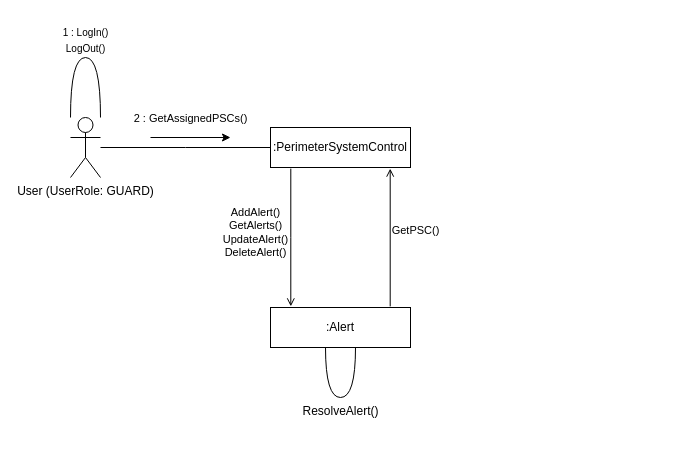
IsmailSalehCode/UML-course-work keeps this draw.io diagram as Communication/c1.drawio. Above is the earlier version. Source tidied: cells renumbered, new cells numbered last; positions are measured from the earlier drawing's top-left corner, leaving out a move shared by most shapes. Both pictures are drawn from the tidied source at 100%, with x=0, y=0 at pixel (50, 17).
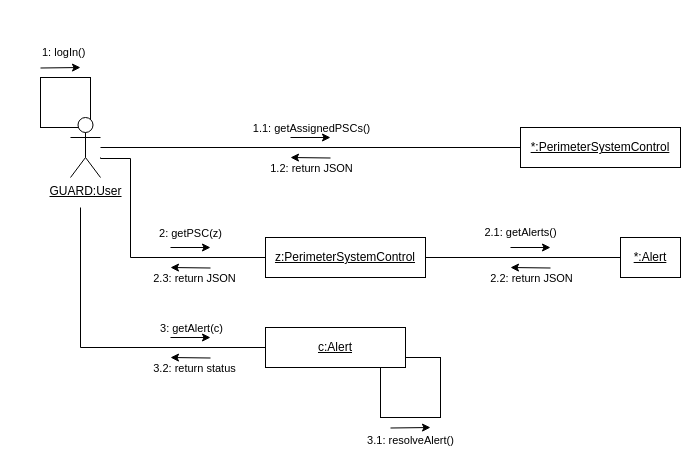
The same diagram, later.

Diff of the diagram source:
```diff
@@
+    <mxCell id="17" style="whiteSpace=wrap;html=1;fillColor=none;" parent="1" vertex="1">
+      <mxGeometry x="-10" y="60" width="50" height="50" as="geometry" />
+    </mxCell>
+    <mxCell id="18" style="whiteSpace=wrap;html=1;fillColor=none;" parent="1" vertex="1">
+      <mxGeometry x="330" y="340" width="60" height="60" as="geometry" />
+    </mxCell>
-    <mxCell id="2" style="edgeStyle=orthogonalEdgeStyle;rounded=0;jettySize=auto;html=1;entryX=0;entryY=0.5;entryDx=0;entryDy=0;endArrow=none;endFill=0;" parent="1" edge="1" source="4">
-      <mxGeometry relative="1" as="geometry">
-        <mxPoint x="220" y="130" as="targetPoint" />
-      </mxGeometry>
+    <mxCell id="2" style="edgeStyle=orthogonalEdgeStyle;rounded=0;jettySize=auto;html=1;entryX=0;entryY=0.5;entryDx=0;entryDy=0;endArrow=none;endFill=0;" parent="1" edge="1" source="4" target="23">
+      <mxGeometry relative="1" as="geometry" />
     </mxCell>
-    <mxCell id="3" value="2 : GetAssignedPSCs()" style="edgeLabel;html=1;align=center;verticalAlign=middle;" parent="2" vertex="1">
+    <mxCell id="3" value="1.1: getAssignedPSCs()" style="edgeLabel;html=1;align=center;verticalAlign=middle;" parent="2" vertex="1">
       <mxGeometry x="0.06" relative="1" as="geometry">
-        <mxPoint y="-30" as="offset" />
+        <mxPoint x="-13" y="-20" as="offset" />
       </mxGeometry>
     </mxCell>
-    <mxCell id="4" value="User (UserRole: GUARD)" style="shape=umlActor;verticalLabelPosition=bottom;verticalAlign=top;html=1;outlineConnect=0;" parent="1" vertex="1">
+    <mxCell id="4" value="&lt;u&gt;GUARD:User&lt;/u&gt;" style="shape=umlActor;verticalLabelPosition=bottom;verticalAlign=top;html=1;outlineConnect=0;" parent="1" vertex="1">
       <mxGeometry x="20" y="100" width="30" height="60" as="geometry" />
     </mxCell>
-    <mxCell id="5" style="endArrow=none;html=1;rounded=0;edgeStyle=orthogonalEdgeStyle;curved=1;" parent="1" edge="1">
-      <mxGeometry relative="1" as="geometry">
-        <mxPoint x="50" y="100" as="sourcePoint" />
-        <mxPoint x="20" y="100" as="targetPoint" />
-        <Array as="points">
-          <mxPoint x="50" y="40" />
-          <mxPoint x="20" y="40" />
-        </Array>
-      </mxGeometry>
-    </mxCell>
-    <mxCell id="6" value="1 : LogIn()" style="text;html=1;align=center;verticalAlign=middle;strokeColor=none;fillColor=none;fontSize=10;" parent="1" vertex="1">
-      <mxGeometry width="70" height="30" as="geometry" />
+    <mxCell id="6" value="1: logIn()" style="text;html=1;align=left;verticalAlign=middle;strokeColor=none;fillColor=none;fontSize=11;" parent="1" vertex="1">
+      <mxGeometry x="-10" y="20" width="70" height="30" as="geometry" />
     </mxCell>
-    <mxCell id="7" value="LogOut()" style="text;html=1;align=center;verticalAlign=bottom;strokeColor=none;fillColor=none;fontSize=10;" parent="1" vertex="1">
-      <mxGeometry x="5" y="10" width="60" height="30" as="geometry" />
-    </mxCell>
-    <mxCell id="8" style="edgeStyle=orthogonalEdgeStyle;rounded=0;orthogonalLoop=1;jettySize=auto;html=1;entryX=0;entryY=0;entryDx=0;entryDy=0;endArrow=open;endFill=0;exitX=0;exitY=1;exitDx=0;exitDy=0;" parent="1" edge="1">
-      <mxGeometry relative="1" as="geometry">
-        <mxPoint x="240.3" y="151.1" as="sourcePoint" />
-        <mxPoint x="240.3" y="288.9" as="targetPoint" />
-        <Array as="points">
-          <mxPoint x="241" y="220" />
-          <mxPoint x="241" y="220" />
-        </Array>
-      </mxGeometry>
-    </mxCell>
-    <mxCell id="9" style="edgeStyle=orthogonalEdgeStyle;rounded=0;orthogonalLoop=1;jettySize=auto;html=1;exitX=1;exitY=0;exitDx=0;exitDy=0;entryX=1;entryY=1;entryDx=0;entryDy=0;endArrow=open;endFill=0;" parent="1" edge="1">
-      <mxGeometry relative="1" as="geometry">
-        <mxPoint x="339.7" y="288.9" as="sourcePoint" />
-        <mxPoint x="339.7" y="151.1" as="targetPoint" />
-      </mxGeometry>
-    </mxCell>
-    <mxCell id="10" value="AddAlert()&lt;div&gt;GetAlerts()&lt;/div&gt;&lt;div&gt;UpdateAlert()&lt;/div&gt;&lt;div&gt;DeleteAlert()&lt;/div&gt;" style="text;html=1;align=center;verticalAlign=middle;strokeColor=none;fillColor=none;fontSize=11;" parent="1" vertex="1">
-      <mxGeometry x="160" y="180" width="90" height="70" as="geometry" />
-    </mxCell>
-    <mxCell id="11" value="ResolveAlert()" style="text;html=1;align=center;verticalAlign=top;strokeColor=none;fillColor=none;" parent="1" vertex="1">
-      <mxGeometry x="240" y="380" width="100" height="30" as="geometry" />
+    <mxCell id="11" value="3.1: resolveAlert()" style="text;html=1;align=center;verticalAlign=top;strokeColor=none;fillColor=none;fontSize=11;" parent="1" vertex="1">
+      <mxGeometry x="305" y="410" width="110" height="30" as="geometry" />
     </mxCell>
-    <mxCell id="12" value="GetPSC()" style="text;html=1;align=center;verticalAlign=top;strokeColor=none;fillColor=none;fontSize=11;" parent="1" vertex="1">
-      <mxGeometry x="330" y="200" width="70" height="30" as="geometry" />
-    </mxCell>
-    <mxCell id="13" style="endArrow=none;html=1;rounded=0;edgeStyle=orthogonalEdgeStyle;curved=1;" parent="1" edge="1">
-      <mxGeometry relative="1" as="geometry">
-        <mxPoint x="305" y="330" as="sourcePoint" />
-        <mxPoint x="275" y="330" as="targetPoint" />
-        <Array as="points">
-          <mxPoint x="305" y="380" />
-          <mxPoint x="275" y="380" />
-        </Array>
-      </mxGeometry>
-    </mxCell>
     <mxCell id="14" style="endArrow=classic;html=1;rounded=0;" parent="1" edge="1">
       <mxGeometry relative="1" as="geometry">
-        <mxPoint x="100" y="120" as="sourcePoint" />
-        <mxPoint x="180" y="120" as="targetPoint" />
+        <mxPoint x="240" y="120" as="sourcePoint" />
+        <mxPoint x="280" y="120" as="targetPoint" />
       </mxGeometry>
     </mxCell>
-    <mxCell id="15" value=":PerimeterSystemControl" style="whiteSpace=wrap;html=1;" parent="1" vertex="1">
-      <mxGeometry x="220" y="110" width="140" height="40" as="geometry" />
+    <mxCell id="15" value="&lt;u style=&quot;background-color: initial;&quot;&gt;z:PerimeterSystemControl&lt;/u&gt;" style="whiteSpace=wrap;html=1;align=center;" parent="1" vertex="1">
+      <mxGeometry x="215" y="220" width="160" height="40" as="geometry" />
     </mxCell>
-    <mxCell id="16" value=":Alert" style="whiteSpace=wrap;html=1;" parent="1" vertex="1">
-      <mxGeometry x="220" y="290" width="140" height="40" as="geometry" />
+    <mxCell id="16" value="&lt;u&gt;c:Alert&lt;/u&gt;" style="whiteSpace=wrap;html=1;" parent="1" vertex="1">
+      <mxGeometry x="215" y="310" width="140" height="40" as="geometry" />
     </mxCell>
+    <mxCell id="19" style="endArrow=none;html=1;rounded=0;entryX=0;entryY=0.5;entryDx=0;entryDy=0;endFill=0;exitX=1;exitY=0.5;exitDx=0;exitDy=0;" parent="1" edge="1" source="15" target="22">
+      <mxGeometry relative="1" as="geometry" />
+    </mxCell>
+    <mxCell id="20" style="endArrow=classic;html=1;rounded=0;" parent="1" edge="1">
+      <mxGeometry relative="1" as="geometry">
+        <mxPoint x="340" y="410.5" as="sourcePoint" />
+        <mxPoint x="380" y="410" as="targetPoint" />
+      </mxGeometry>
+    </mxCell>
+    <mxCell id="21" style="endArrow=classic;html=1;rounded=0;" parent="1" edge="1">
+      <mxGeometry relative="1" as="geometry">
+        <mxPoint x="-10" y="50.5" as="sourcePoint" />
+        <mxPoint x="30" y="50" as="targetPoint" />
+      </mxGeometry>
+    </mxCell>
+    <mxCell id="22" value="&lt;u&gt;*:Alert&lt;/u&gt;" style="whiteSpace=wrap;html=1;" parent="1" vertex="1">
+      <mxGeometry x="570" y="220" width="60" height="40" as="geometry" />
+    </mxCell>
+    <mxCell id="23" value="&lt;u&gt;*:PerimeterSystemControl&lt;/u&gt;" style="whiteSpace=wrap;html=1;" parent="1" vertex="1">
+      <mxGeometry x="470" y="110" width="160" height="40" as="geometry" />
+    </mxCell>
+    <mxCell id="24" style="edgeStyle=orthogonalEdgeStyle;rounded=0;jettySize=auto;html=1;entryX=0;entryY=0.5;entryDx=0;entryDy=0;endArrow=none;endFill=0;" parent="1" edge="1" target="15">
+      <mxGeometry relative="1" as="geometry">
+        <mxPoint x="50" y="140" as="sourcePoint" />
+        <Array as="points">
+          <mxPoint x="50" y="141" />
+          <mxPoint x="80" y="141" />
+          <mxPoint x="80" y="240" />
+        </Array>
+      </mxGeometry>
+    </mxCell>
+    <mxCell id="25" value="2: getPSC(z)" style="edgeLabel;html=1;align=center;verticalAlign=middle;" parent="24" vertex="1">
+      <mxGeometry x="0.06" relative="1" as="geometry">
+        <mxPoint x="49" y="-25" as="offset" />
+      </mxGeometry>
+    </mxCell>
+    <mxCell id="26" style="endArrow=classic;html=1;rounded=0;" parent="1" edge="1">
+      <mxGeometry relative="1" as="geometry">
+        <mxPoint x="120" y="230" as="sourcePoint" />
+        <mxPoint x="160" y="230" as="targetPoint" />
+      </mxGeometry>
+    </mxCell>
+    <mxCell id="27" style="edgeStyle=orthogonalEdgeStyle;rounded=0;jettySize=auto;html=1;entryX=0;entryY=0.5;entryDx=0;entryDy=0;endArrow=none;endFill=0;" parent="1" edge="1" target="16">
+      <mxGeometry relative="1" as="geometry">
+        <mxPoint x="30" y="190" as="sourcePoint" />
+        <Array as="points">
+          <mxPoint x="30" y="330" />
+        </Array>
+      </mxGeometry>
+    </mxCell>
+    <mxCell id="28" value="3: getAlert(c)" style="edgeLabel;html=1;align=center;verticalAlign=middle;" parent="27" vertex="1">
+      <mxGeometry x="0.06" relative="1" as="geometry">
+        <mxPoint x="78" y="-20" as="offset" />
+      </mxGeometry>
+    </mxCell>
+    <mxCell id="29" style="endArrow=classic;html=1;rounded=0;" parent="1" edge="1">
+      <mxGeometry relative="1" as="geometry">
+        <mxPoint x="120" y="320" as="sourcePoint" />
+        <mxPoint x="160" y="320" as="targetPoint" />
+      </mxGeometry>
+    </mxCell>
+    <mxCell id="30" style="endArrow=classic;html=1;rounded=0;" parent="1" edge="1">
+      <mxGeometry relative="1" as="geometry">
+        <mxPoint x="500" y="250.5" as="sourcePoint" />
+        <mxPoint x="460" y="250" as="targetPoint" />
+      </mxGeometry>
+    </mxCell>
+    <mxCell id="31" value="2.2: return JSON" style="edgeLabel;html=1;align=center;verticalAlign=middle;" parent="30" vertex="1">
+      <mxGeometry x="-0.04" y="-2" relative="1" as="geometry">
+        <mxPoint x="-1" y="12" as="offset" />
+      </mxGeometry>
+    </mxCell>
+    <mxCell id="32" style="endArrow=classic;html=1;rounded=0;" parent="1" edge="1">
+      <mxGeometry relative="1" as="geometry">
+        <mxPoint x="160" y="250.5" as="sourcePoint" />
+        <mxPoint x="120" y="250" as="targetPoint" />
+      </mxGeometry>
+    </mxCell>
+    <mxCell id="33" value="2.3: return JSON" style="edgeLabel;html=1;align=center;verticalAlign=middle;" parent="32" vertex="1">
+      <mxGeometry x="-0.15" relative="1" as="geometry">
+        <mxPoint y="10" as="offset" />
+      </mxGeometry>
+    </mxCell>
+    <mxCell id="34" style="endArrow=classic;html=1;rounded=0;" parent="1" edge="1">
+      <mxGeometry relative="1" as="geometry">
+        <mxPoint x="280" y="140.5" as="sourcePoint" />
+        <mxPoint x="240" y="140" as="targetPoint" />
+      </mxGeometry>
+    </mxCell>
+    <mxCell id="35" value="1.2: return JSON" style="edgeLabel;html=1;align=center;verticalAlign=middle;" parent="34" vertex="1">
+      <mxGeometry x="-0.04" y="-3" relative="1" as="geometry">
+        <mxPoint x="-1" y="13" as="offset" />
+      </mxGeometry>
+    </mxCell>
+    <mxCell id="10" value="2.1: getAlerts()" style="text;html=1;align=center;verticalAlign=middle;strokeColor=none;fillColor=none;fontSize=11;" parent="1" vertex="1">
+      <mxGeometry x="420" y="200" width="100" height="30" as="geometry" />
+    </mxCell>
+    <mxCell id="36" style="endArrow=classic;html=1;rounded=0;" parent="1" edge="1">
+      <mxGeometry relative="1" as="geometry">
+        <mxPoint x="460" y="230" as="sourcePoint" />
+        <mxPoint x="500" y="230" as="targetPoint" />
+      </mxGeometry>
+    </mxCell>
+    <mxCell id="37" style="endArrow=classic;html=1;rounded=0;" parent="1" edge="1">
+      <mxGeometry relative="1" as="geometry">
+        <mxPoint x="160" y="340.5" as="sourcePoint" />
+        <mxPoint x="120" y="340" as="targetPoint" />
+      </mxGeometry>
+    </mxCell>
+    <mxCell id="38" value="3.2: return status" style="edgeLabel;html=1;align=center;verticalAlign=middle;" parent="37" vertex="1">
+      <mxGeometry x="-0.15" relative="1" as="geometry">
+        <mxPoint y="10" as="offset" />
+      </mxGeometry>
+    </mxCell>
```
